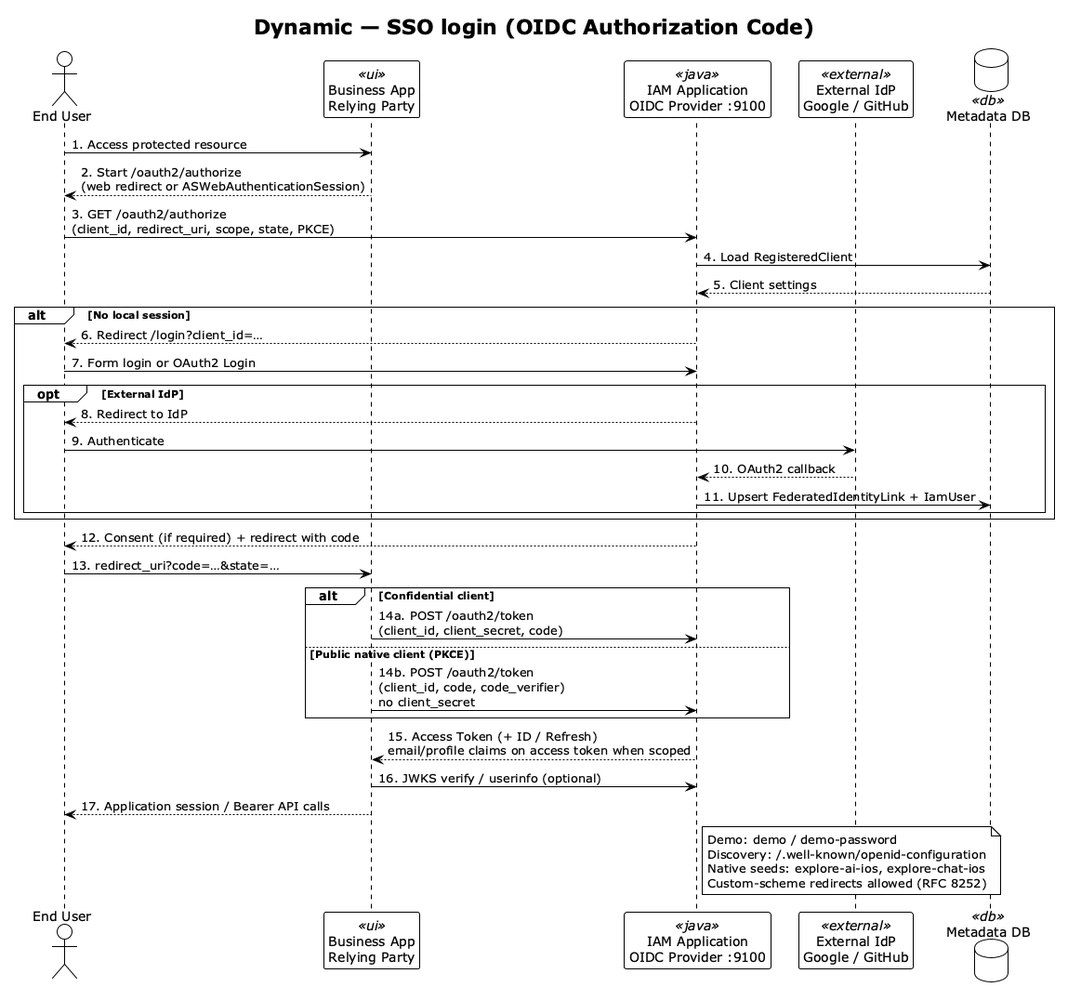
Above: explore-iam/docs/developer/c4-model/png/C4-Dynamic-SSOLogin.png in felixzhu97/explore (PlantUML), before the change. Its diagram source:
```plantuml
@startuml C4-Dynamic-SSOLogin
!theme plain
skinparam backgroundColor #FFFFFF
skinparam shadowing false

title Dynamic — SSO login (OIDC Authorization Code)

actor "End User" as user
participant "Business App\nRelying Party" as app <<ui>>
participant "IAM Application\nOIDC Provider :9100" as iam <<java>>
participant "External IdP\nGoogle / GitHub" as idp <<external>>
database "Metadata DB" as db <<db>>

user -> app: 1. Access protected resource
app --> user: 2. Start /oauth2/authorize\n(web redirect or ASWebAuthenticationSession)
user -> iam: 3. GET /oauth2/authorize\n(client_id, redirect_uri, scope, state, PKCE)
iam -> db: 4. Load RegisteredClient
db --> iam: 5. Client settings
alt No local session
  iam --> user: 6. Redirect /login?client_id=…
  user -> iam: 7. Form login or OAuth2 Login
  opt External IdP
    iam --> user: 8. Redirect to IdP
    user -> idp: 9. Authenticate
    idp --> iam: 10. OAuth2 callback
    iam -> db: 11. Upsert FederatedIdentityLink + IamUser
  end
end
iam --> user: 12. Consent (if required) + redirect with code
user -> app: 13. redirect_uri?code=…&state=…
alt Confidential client
  app -> iam: 14a. POST /oauth2/token\n(client_id, client_secret, code)
else Public native client (PKCE)
  app -> iam: 14b. POST /oauth2/token\n(client_id, code, code_verifier)\nno client_secret
end
iam --> app: 15. Access Token (+ ID / Refresh)\nemail/profile claims on access token when scoped
app -> iam: 16. JWKS verify / userinfo (optional)
app --> user: 17. Application session / Bearer API calls

note right of iam
  Demo: demo / demo-password
  Discovery: /.well-known/openid-configuration
  Native seeds: explore-ai-ios, explore-chat-ios
  Custom-scheme redirects allowed (RFC 8252)
end note

@enduml
```
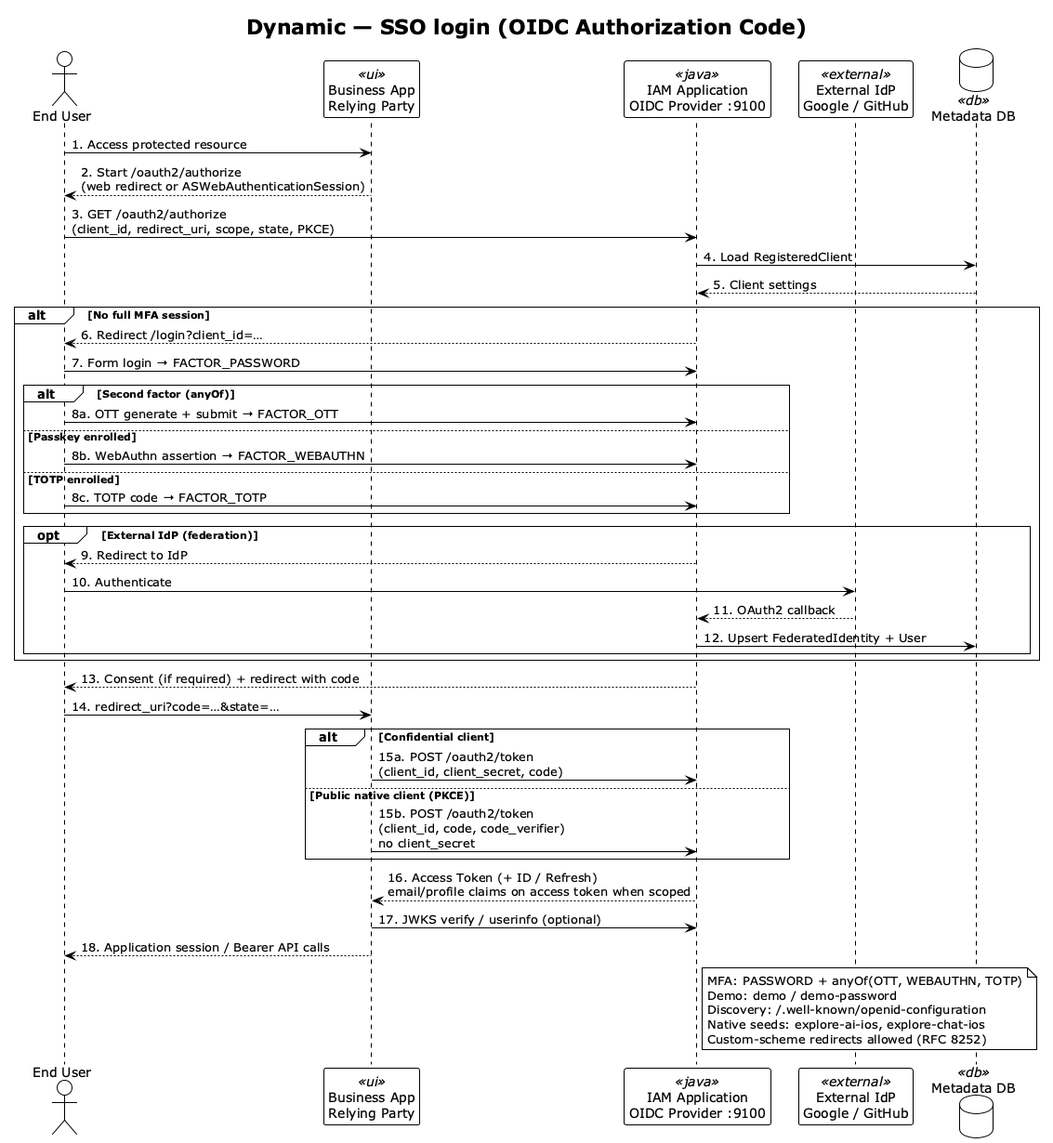
Above is the later version.

What changed in the source:
```diff
@@ -16,28 +16,36 @@
 user -> iam: 3. GET /oauth2/authorize\n(client_id, redirect_uri, scope, state, PKCE)
 iam -> db: 4. Load RegisteredClient
 db --> iam: 5. Client settings
-alt No local session
+alt No full MFA session
   iam --> user: 6. Redirect /login?client_id=…
-  user -> iam: 7. Form login or OAuth2 Login
-  opt External IdP
-    iam --> user: 8. Redirect to IdP
-    user -> idp: 9. Authenticate
-    idp --> iam: 10. OAuth2 callback
-    iam -> db: 11. Upsert FederatedIdentityLink + IamUser
+  user -> iam: 7. Form login → FACTOR_PASSWORD
+  alt Second factor (anyOf)
+    user -> iam: 8a. OTT generate + submit → FACTOR_OTT
+  else Passkey enrolled
+    user -> iam: 8b. WebAuthn assertion → FACTOR_WEBAUTHN
+  else TOTP enrolled
+    user -> iam: 8c. TOTP code → FACTOR_TOTP
+  end
+  opt External IdP (federation)
+    iam --> user: 9. Redirect to IdP
+    user -> idp: 10. Authenticate
+    idp --> iam: 11. OAuth2 callback
+    iam -> db: 12. Upsert FederatedIdentity + User
   end
 end
-iam --> user: 12. Consent (if required) + redirect with code
-user -> app: 13. redirect_uri?code=…&state=…
+iam --> user: 13. Consent (if required) + redirect with code
+user -> app: 14. redirect_uri?code=…&state=…
 alt Confidential client
-  app -> iam: 14a. POST /oauth2/token\n(client_id, client_secret, code)
+  app -> iam: 15a. POST /oauth2/token\n(client_id, client_secret, code)
 else Public native client (PKCE)
-  app -> iam: 14b. POST /oauth2/token\n(client_id, code, code_verifier)\nno client_secret
+  app -> iam: 15b. POST /oauth2/token\n(client_id, code, code_verifier)\nno client_secret
 end
-iam --> app: 15. Access Token (+ ID / Refresh)\nemail/profile claims on access token when scoped
-app -> iam: 16. JWKS verify / userinfo (optional)
-app --> user: 17. Application session / Bearer API calls
+iam --> app: 16. Access Token (+ ID / Refresh)\nemail/profile claims on access token when scoped
+app -> iam: 17. JWKS verify / userinfo (optional)
+app --> user: 18. Application session / Bearer API calls
 
 note right of iam
+  MFA: PASSWORD + anyOf(OTT, WEBAUTHN, TOTP)
   Demo: demo / demo-password
   Discovery: /.well-known/openid-configuration
   Native seeds: explore-ai-ios, explore-chat-ios
```
